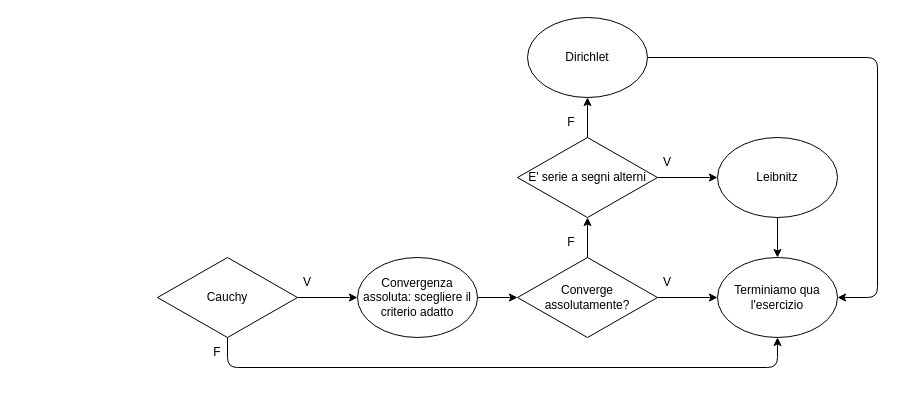
The draw.io diagram Images/convergenzaflowchart.drawio in GekkeijuITA/Calculus-2, before the edit. Source tidied: cells renumbered, new cells numbered last; positions are measured from the earlier drawing's top-left corner, leaving out a move shared by most shapes. Both pictures are drawn from the tidied source at 100%, with x=0, y=0 at pixel (157, 17).
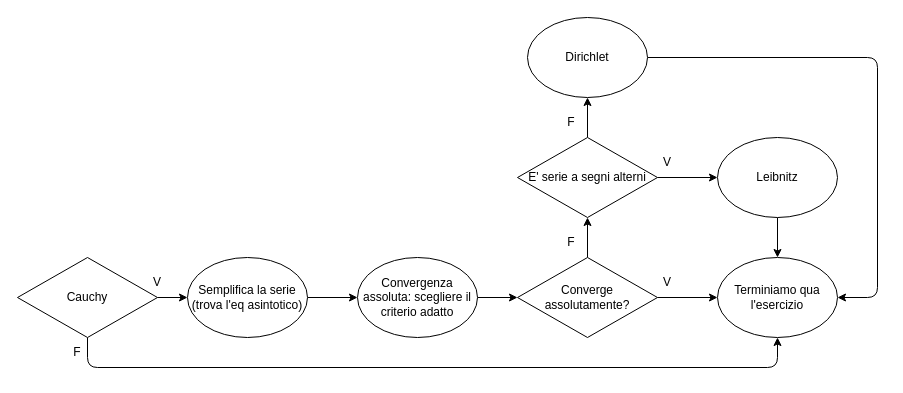
The same diagram, later.

Unchanged cells that the change refers to:
```xml
<mxCell id="3" value="Convergenza assoluta: scegliere il criterio adatto" style="ellipse;whiteSpace=wrap;html=1;" parent="1" vertex="1">
  <mxGeometry x="200" y="240" width="120" height="80" as="geometry" />
</mxCell>
<mxCell id="7" value="Terminiamo qua l'esercizio" style="ellipse;whiteSpace=wrap;html=1;" parent="1" vertex="1">
  <mxGeometry x="560" y="240" width="120" height="80" as="geometry" />
</mxCell>
```

Diff of the diagram source:
```diff
@@
-    <mxCell id="15" style="edgeStyle=none;html=1;exitX=1;exitY=0.5;exitDx=0;exitDy=0;entryX=0;entryY=0.5;entryDx=0;entryDy=0;" parent="1" edge="1" source="17" target="3">
-      <mxGeometry relative="1" as="geometry" />
+    <mxCell id="15" style="edgeStyle=none;html=1;exitX=1;exitY=0.5;exitDx=0;exitDy=0;" parent="1" edge="1" source="17">
+      <mxGeometry relative="1" as="geometry">
+        <mxPoint x="30" y="280" as="targetPoint" />
+      </mxGeometry>
     </mxCell>
     <mxCell id="16" style="edgeStyle=orthogonalEdgeStyle;html=1;exitX=0.5;exitY=1;exitDx=0;exitDy=0;entryX=0.5;entryY=1;entryDx=0;entryDy=0;" parent="1" edge="1" source="17" target="7">
       <mxGeometry relative="1" as="geometry">
         <Array as="points">
-          <mxPoint x="70" y="350" />
+          <mxPoint x="-70" y="350" />
           <mxPoint x="620" y="350" />
         </Array>
       </mxGeometry>
     </mxCell>
     <mxCell id="17" value="Cauchy" style="rhombus;whiteSpace=wrap;html=1;" parent="1" vertex="1">
-      <mxGeometry y="240" width="140" height="80" as="geometry" />
+      <mxGeometry x="-140" y="240" width="140" height="80" as="geometry" />
     </mxCell>
@@
     <mxCell id="20" value="F" style="text;html=1;align=center;verticalAlign=middle;whiteSpace=wrap;rounded=0;" parent="1" vertex="1">
-      <mxGeometry x="30" y="320" width="60" height="30" as="geometry" />
+      <mxGeometry x="-110" y="320" width="60" height="30" as="geometry" />
     </mxCell>
     <mxCell id="21" value="V" style="text;html=1;align=center;verticalAlign=middle;whiteSpace=wrap;rounded=0;" parent="1" vertex="1">
-      <mxGeometry x="120" y="250" width="60" height="30" as="geometry" />
+      <mxGeometry x="-30" y="250" width="60" height="30" as="geometry" />
     </mxCell>
@@
+    <mxCell id="24" style="edgeStyle=none;html=1;exitX=1;exitY=0.5;exitDx=0;exitDy=0;entryX=0;entryY=0.5;entryDx=0;entryDy=0;" parent="1" edge="1" source="25" target="3">
+      <mxGeometry relative="1" as="geometry" />
+    </mxCell>
+    <mxCell id="25" value="&lt;font style=&quot;color: light-dark(rgb(0, 0, 0), rgb(255, 255, 255));&quot;&gt;Semplifica la serie&lt;/font&gt;&lt;div&gt;&lt;font style=&quot;color: light-dark(rgb(0, 0, 0), rgb(255, 255, 255));&quot;&gt;(trova l'eq asintotico)&lt;/font&gt;&lt;/div&gt;" style="ellipse;whiteSpace=wrap;html=1;" parent="1" vertex="1">
+      <mxGeometry x="30" y="240" width="120" height="80" as="geometry" />
+    </mxCell>
```
